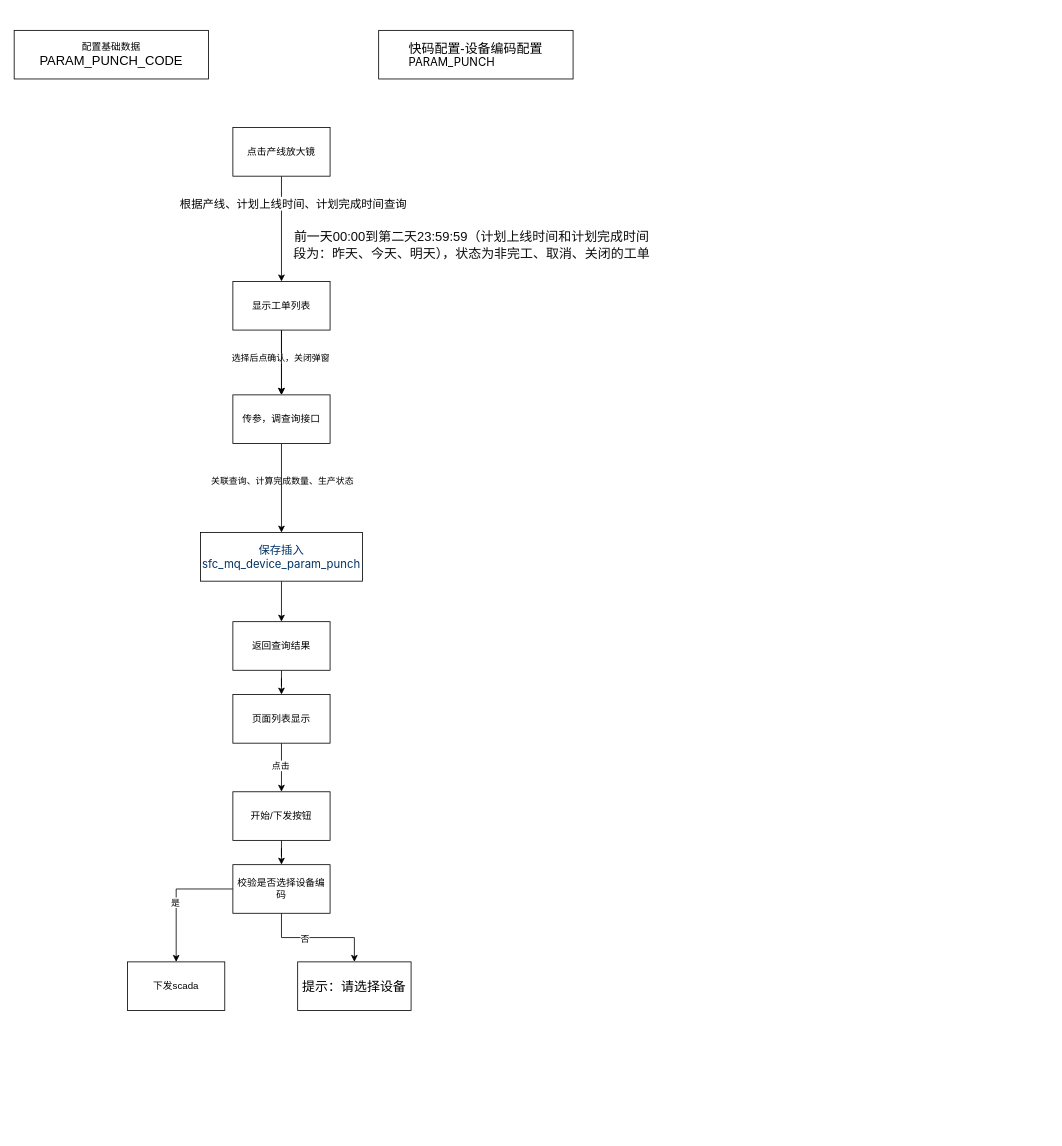
ChengyangLei/diagrams keeps this draw.io diagram as 20240321.drawio. Above is the earlier version. Source tidied: cells renumbered, new cells numbered last; positions are measured from the earlier drawing's top-left corner, leaving out a move shared by most shapes. Both pictures are drawn from the tidied source at 81%, with x=0, y=0 at pixel (14, 30).
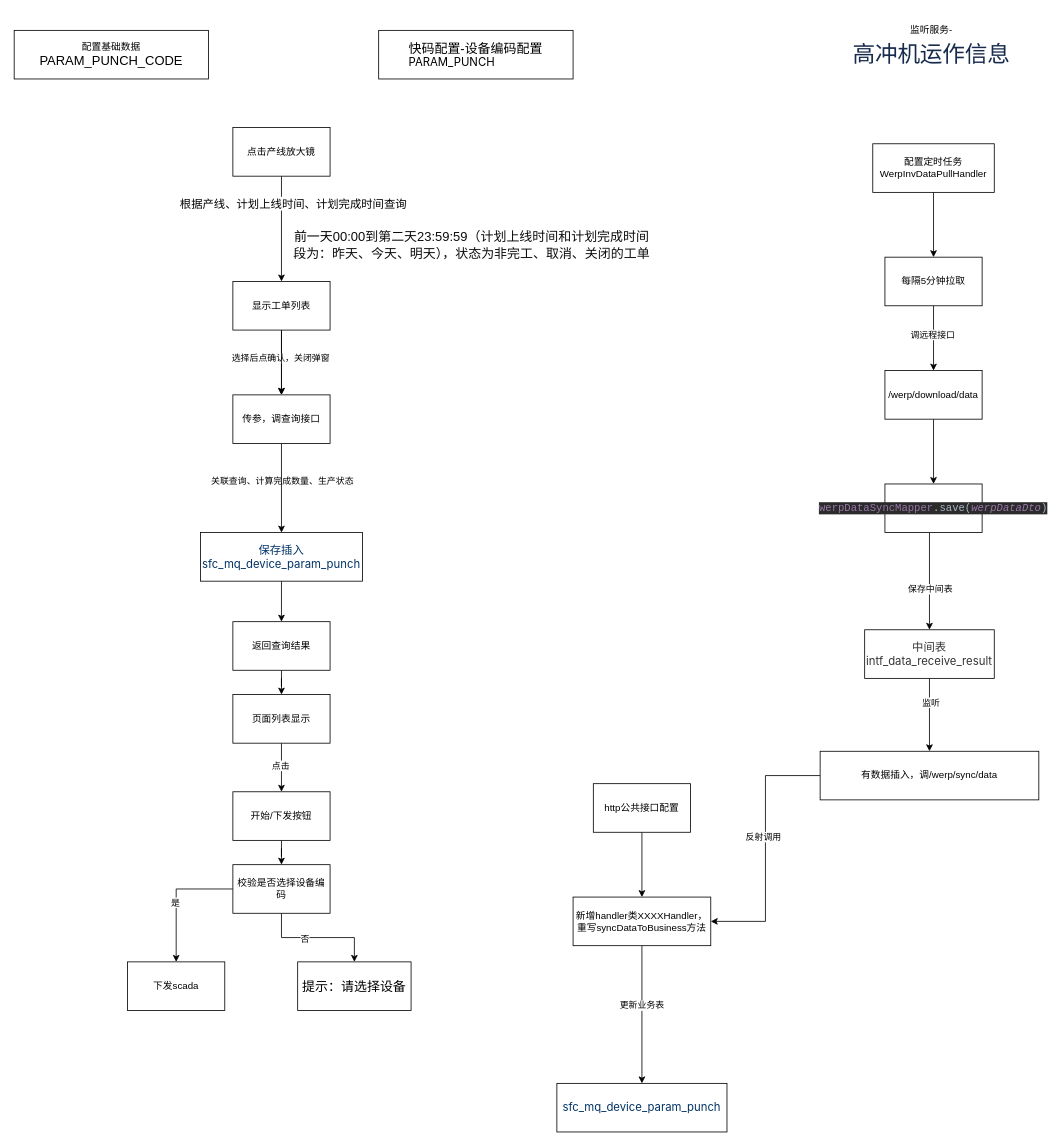
Above is the later version.

The edit, as a diff of the source:
```diff
@@
+    <mxCell id="31" style="edgeStyle=orthogonalEdgeStyle;rounded=0;jettySize=auto;html=1;" parent="1" edge="1" source="33" target="52">
+      <mxGeometry relative="1" as="geometry" />
+    </mxCell>
+    <mxCell id="32" value="监听" style="edgeLabel;html=1;align=center;verticalAlign=middle;" parent="31" vertex="1">
+      <mxGeometry x="-0.35" y="1" relative="1" as="geometry" />
+    </mxCell>
+    <mxCell id="33" value="&lt;span style=&quot;color: rgb(51, 51, 51); font-family: -apple-system, BlinkMacSystemFont, &amp;quot;Segoe UI&amp;quot;, Roboto, Oxygen, Ubuntu, &amp;quot;Fira Sans&amp;quot;, &amp;quot;Droid Sans&amp;quot;, &amp;quot;Helvetica Neue&amp;quot;, sans-serif; font-size: 14px; text-align: left; background-color: rgb(255, 255, 255);&quot;&gt;中间表intf_data_receive_result&lt;/span&gt;" style="whiteSpace=wrap;html=1;rounded=0;" parent="1" vertex="1">
+      <mxGeometry x="1050" y="740" width="160" height="60" as="geometry" />
+    </mxCell>
+    <mxCell id="34" value="&lt;span style=&quot;color: rgb(0, 51, 102); font-family: -apple-system, BlinkMacSystemFont, &amp;quot;Segoe UI&amp;quot;, Roboto, Oxygen, Ubuntu, &amp;quot;Fira Sans&amp;quot;, &amp;quot;Droid Sans&amp;quot;, &amp;quot;Helvetica Neue&amp;quot;, sans-serif; font-size: 14px; text-align: left; background-color: rgb(255, 255, 255);&quot;&gt;sfc_mq_device_param_punch&lt;/span&gt;" style="whiteSpace=wrap;html=1;rounded=0;" parent="1" vertex="1">
+      <mxGeometry x="670" y="1300" width="210" height="60" as="geometry" />
+    </mxCell>
+    <mxCell id="35" style="edgeStyle=orthogonalEdgeStyle;rounded=0;jettySize=auto;html=1;" parent="1" edge="1" source="37" target="46">
+      <mxGeometry relative="1" as="geometry" />
+    </mxCell>
+    <mxCell id="36" value="调远程接口" style="edgeLabel;html=1;align=center;verticalAlign=middle;" parent="35" vertex="1">
+      <mxGeometry x="-0.12" y="-2" relative="1" as="geometry" />
+    </mxCell>
+    <mxCell id="37" value="&lt;div&gt;每隔5分钟拉取&lt;/div&gt;" style="whiteSpace=wrap;html=1;rounded=0;" parent="1" vertex="1">
+      <mxGeometry x="1075" y="280" width="120" height="60" as="geometry" />
+    </mxCell>
+    <mxCell id="38" style="edgeStyle=orthogonalEdgeStyle;rounded=0;jettySize=auto;html=1;" parent="1" edge="1" source="39" target="42">
+      <mxGeometry relative="1" as="geometry" />
+    </mxCell>
+    <mxCell id="39" value="http公共接口配置" style="rounded=0;whiteSpace=wrap;html=1;" parent="1" vertex="1">
+      <mxGeometry x="715" y="930" width="120" height="60" as="geometry" />
+    </mxCell>
+    <mxCell id="40" style="edgeStyle=orthogonalEdgeStyle;rounded=0;jettySize=auto;html=1;entryX=0.5;entryY=0;entryDx=0;entryDy=0;" parent="1" edge="1" source="42" target="34">
+      <mxGeometry relative="1" as="geometry">
+        <Array as="points">
+          <mxPoint x="775" y="1270" />
+          <mxPoint x="775" y="1270" />
+        </Array>
+      </mxGeometry>
+    </mxCell>
+    <mxCell id="41" value="更新业务表" style="edgeLabel;html=1;align=center;verticalAlign=middle;" parent="40" vertex="1">
+      <mxGeometry x="-0.14" y="-1" relative="1" as="geometry" />
+    </mxCell>
+    <mxCell id="42" value="新增handler类XXXXHandler，重写syncDataToBusiness方法" style="whiteSpace=wrap;html=1;rounded=0;" parent="1" vertex="1">
+      <mxGeometry x="690" y="1070" width="170" height="60" as="geometry" />
+    </mxCell>
+    <mxCell id="43" style="edgeStyle=orthogonalEdgeStyle;rounded=0;jettySize=auto;html=1;entryX=0.5;entryY=0;entryDx=0;entryDy=0;" parent="1" edge="1" source="44" target="37">
+      <mxGeometry relative="1" as="geometry" />
+    </mxCell>
+    <mxCell id="44" value="配置定时任务&lt;div&gt;WerpInvDataPullHandler&lt;br&gt;&lt;/div&gt;" style="whiteSpace=wrap;html=1;rounded=0;" parent="1" vertex="1">
+      <mxGeometry x="1060" y="140" width="150" height="60" as="geometry" />
+    </mxCell>
+    <mxCell id="45" style="edgeStyle=orthogonalEdgeStyle;rounded=0;jettySize=auto;html=1;" parent="1" edge="1" source="46" target="49">
+      <mxGeometry relative="1" as="geometry" />
+    </mxCell>
+    <mxCell id="46" value="/werp/download/data" style="whiteSpace=wrap;html=1;rounded=0;" parent="1" vertex="1">
+      <mxGeometry x="1075" y="420" width="120" height="60" as="geometry" />
+    </mxCell>
+    <mxCell id="47" style="edgeStyle=orthogonalEdgeStyle;rounded=0;jettySize=auto;html=1;entryX=0.5;entryY=0;entryDx=0;entryDy=0;" parent="1" edge="1" source="49" target="33">
+      <mxGeometry relative="1" as="geometry">
+        <Array as="points">
+          <mxPoint x="1130" y="590" />
+        </Array>
+      </mxGeometry>
+    </mxCell>
+    <mxCell id="48" value="保存中间表" style="edgeLabel;html=1;align=center;verticalAlign=middle;" parent="47" vertex="1">
+      <mxGeometry x="0.15" relative="1" as="geometry" />
+    </mxCell>
+    <mxCell id="49" value="&lt;div style=&quot;background-color:#2b2b2b;color:#a9b7c6&quot;&gt;&lt;pre style=&quot;font-family:'JetBrains Mono',monospace;font-size:9.8pt;&quot;&gt;&lt;span style=&quot;color:#9876aa;&quot;&gt;werpDataSyncMapper&lt;/span&gt;.save(&lt;span style=&quot;color:#9876aa;font-style:italic;&quot;&gt;werpDataDto&lt;/span&gt;)&lt;/pre&gt;&lt;/div&gt;" style="whiteSpace=wrap;html=1;rounded=0;" parent="1" vertex="1">
+      <mxGeometry x="1075" y="560" width="120" height="60" as="geometry" />
+    </mxCell>
+    <mxCell id="50" style="edgeStyle=orthogonalEdgeStyle;rounded=0;jettySize=auto;html=1;entryX=1;entryY=0.5;entryDx=0;entryDy=0;" parent="1" edge="1" source="52" target="42">
+      <mxGeometry relative="1" as="geometry" />
+    </mxCell>
+    <mxCell id="51" value="反射调用" style="edgeLabel;html=1;align=center;verticalAlign=middle;" parent="50" vertex="1">
+      <mxGeometry x="-0.1" y="-3" relative="1" as="geometry">
+        <mxPoint y="1" as="offset" />
+      </mxGeometry>
+    </mxCell>
+    <mxCell id="52" value="有数据插入，调/werp/sync/data" style="whiteSpace=wrap;html=1;rounded=0;" parent="1" vertex="1">
+      <mxGeometry x="995" y="890" width="270" height="60" as="geometry" />
+    </mxCell>
+    <mxCell id="53" value="监听服务-&lt;h1 style=&quot;margin: 0px; padding: 5px 0px 0px; color: rgb(23, 43, 77); font-size: 28px; line-height: 1.25; letter-spacing: -0.01em; font-weight: 500; clear: left; font-family: -apple-system, BlinkMacSystemFont, &amp;quot;Segoe UI&amp;quot;, Roboto, Oxygen, Ubuntu, &amp;quot;Fira Sans&amp;quot;, &amp;quot;Droid Sans&amp;quot;, &amp;quot;Helvetica Neue&amp;quot;, sans-serif; text-align: start; background-color: rgb(255, 255, 255);&quot; class=&quot;with-breadcrumbs&quot; id=&quot;title-text&quot;&gt;&lt;a style=&quot;color: rgb(23, 43, 77); text-decoration-line: none; border-bottom-color: rgb(23, 43, 77);&quot; href=&quot;https://confluence.midea.com/pages/viewpage.action?pageId=152526037&quot;&gt;高冲机运作信息&lt;/a&gt;&lt;/h1&gt;" style="text;html=1;align=center;verticalAlign=middle;whiteSpace=wrap;rounded=0;" parent="1" vertex="1">
+      <mxGeometry x="1010" y="-20" width="245" height="80" as="geometry" />
+    </mxCell>
```
